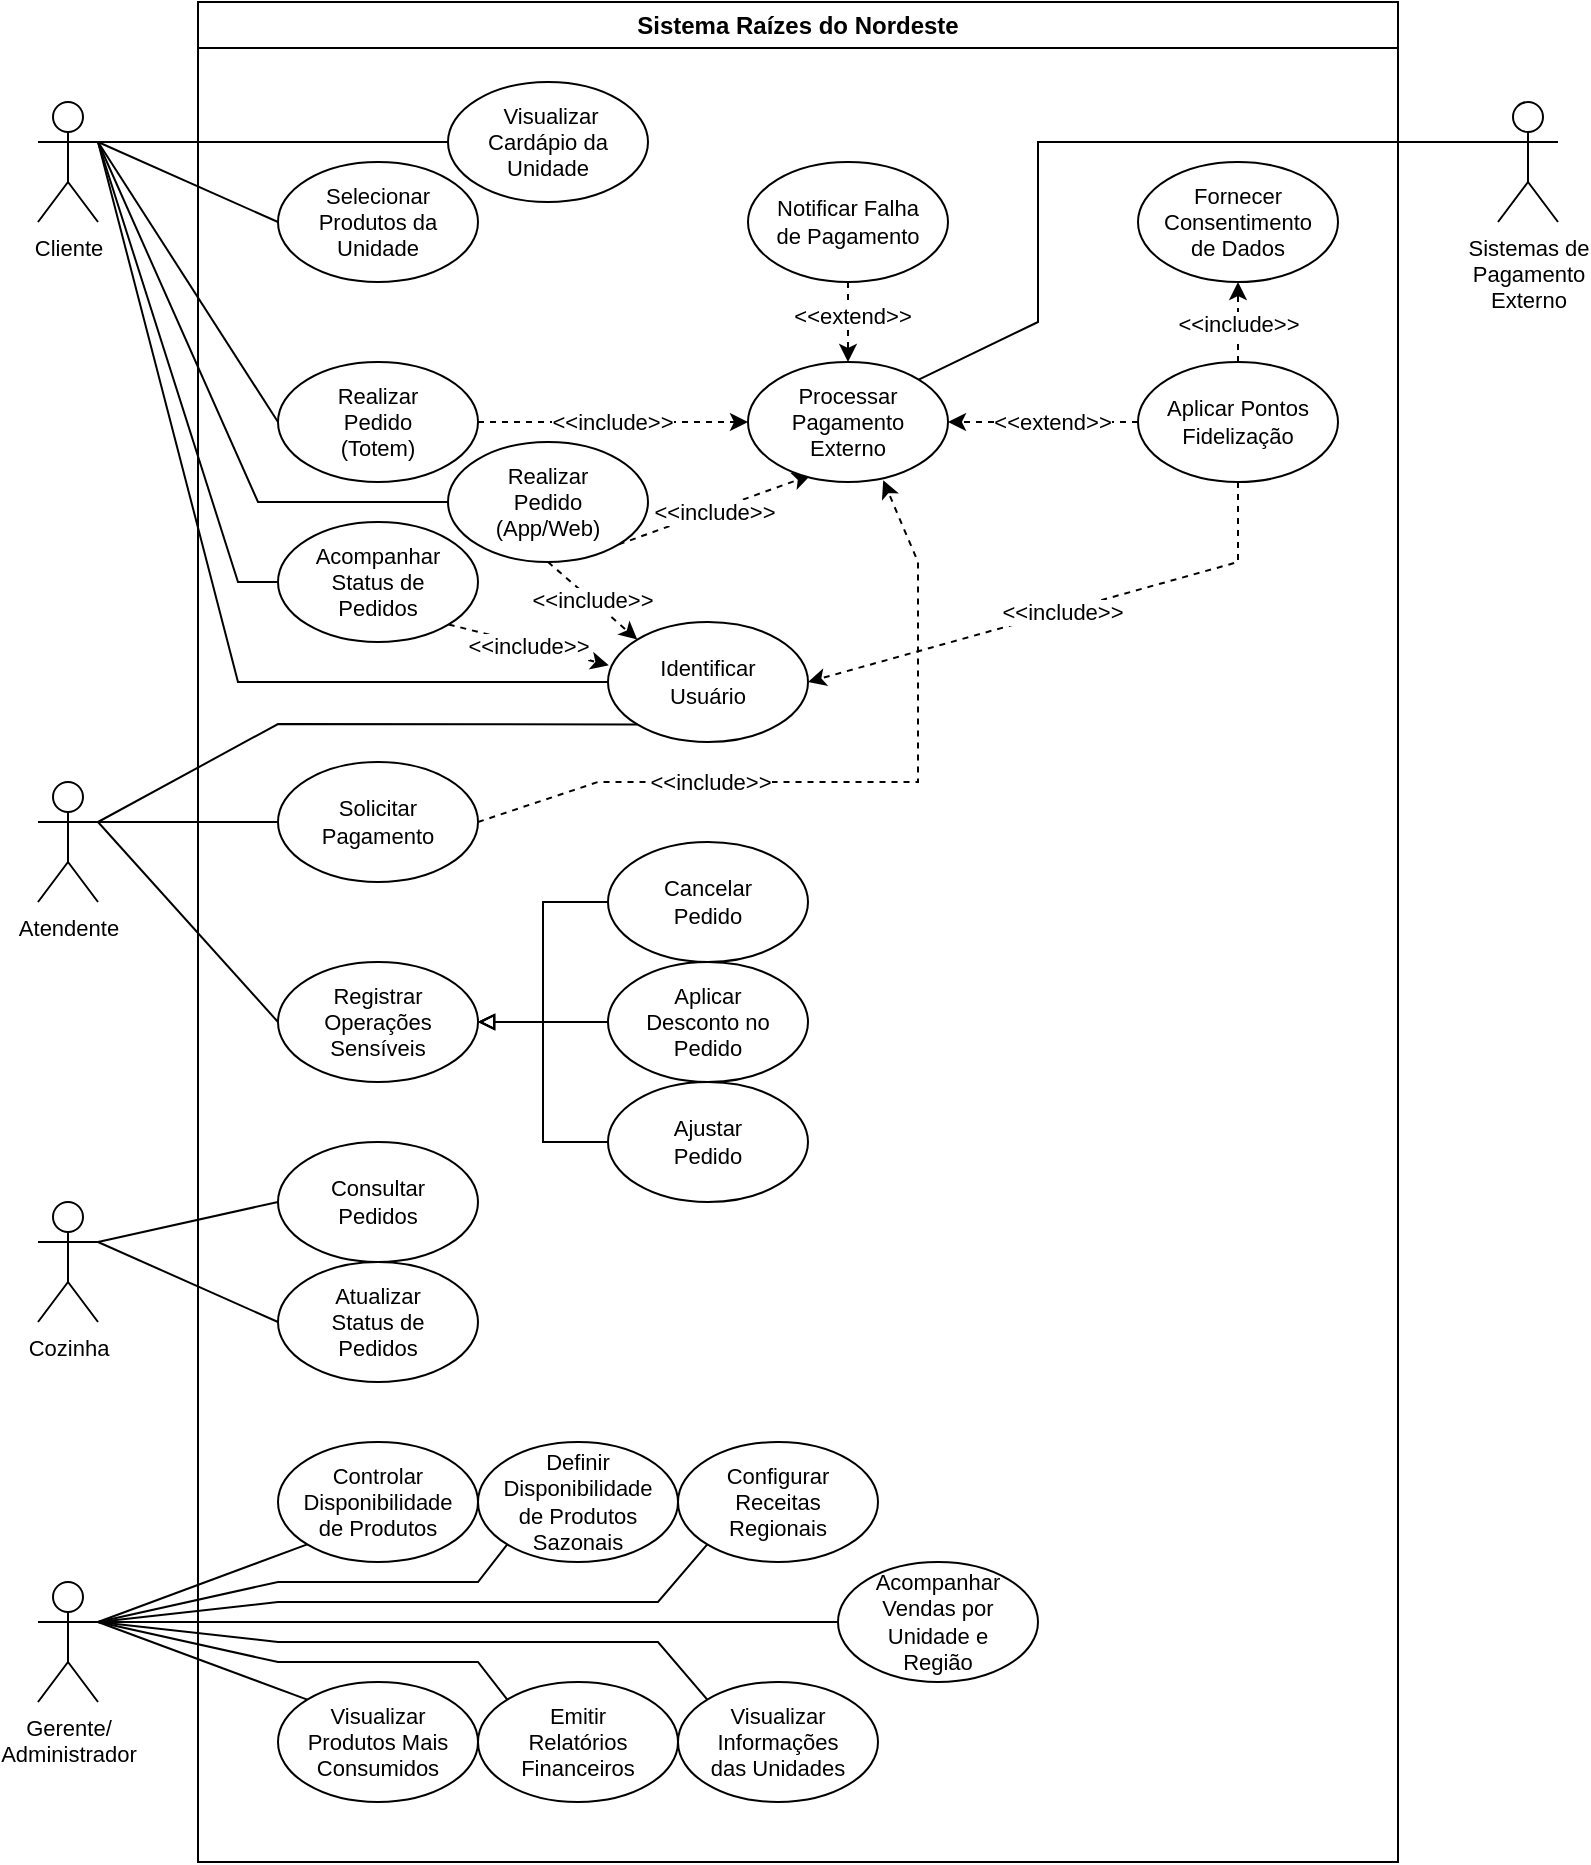
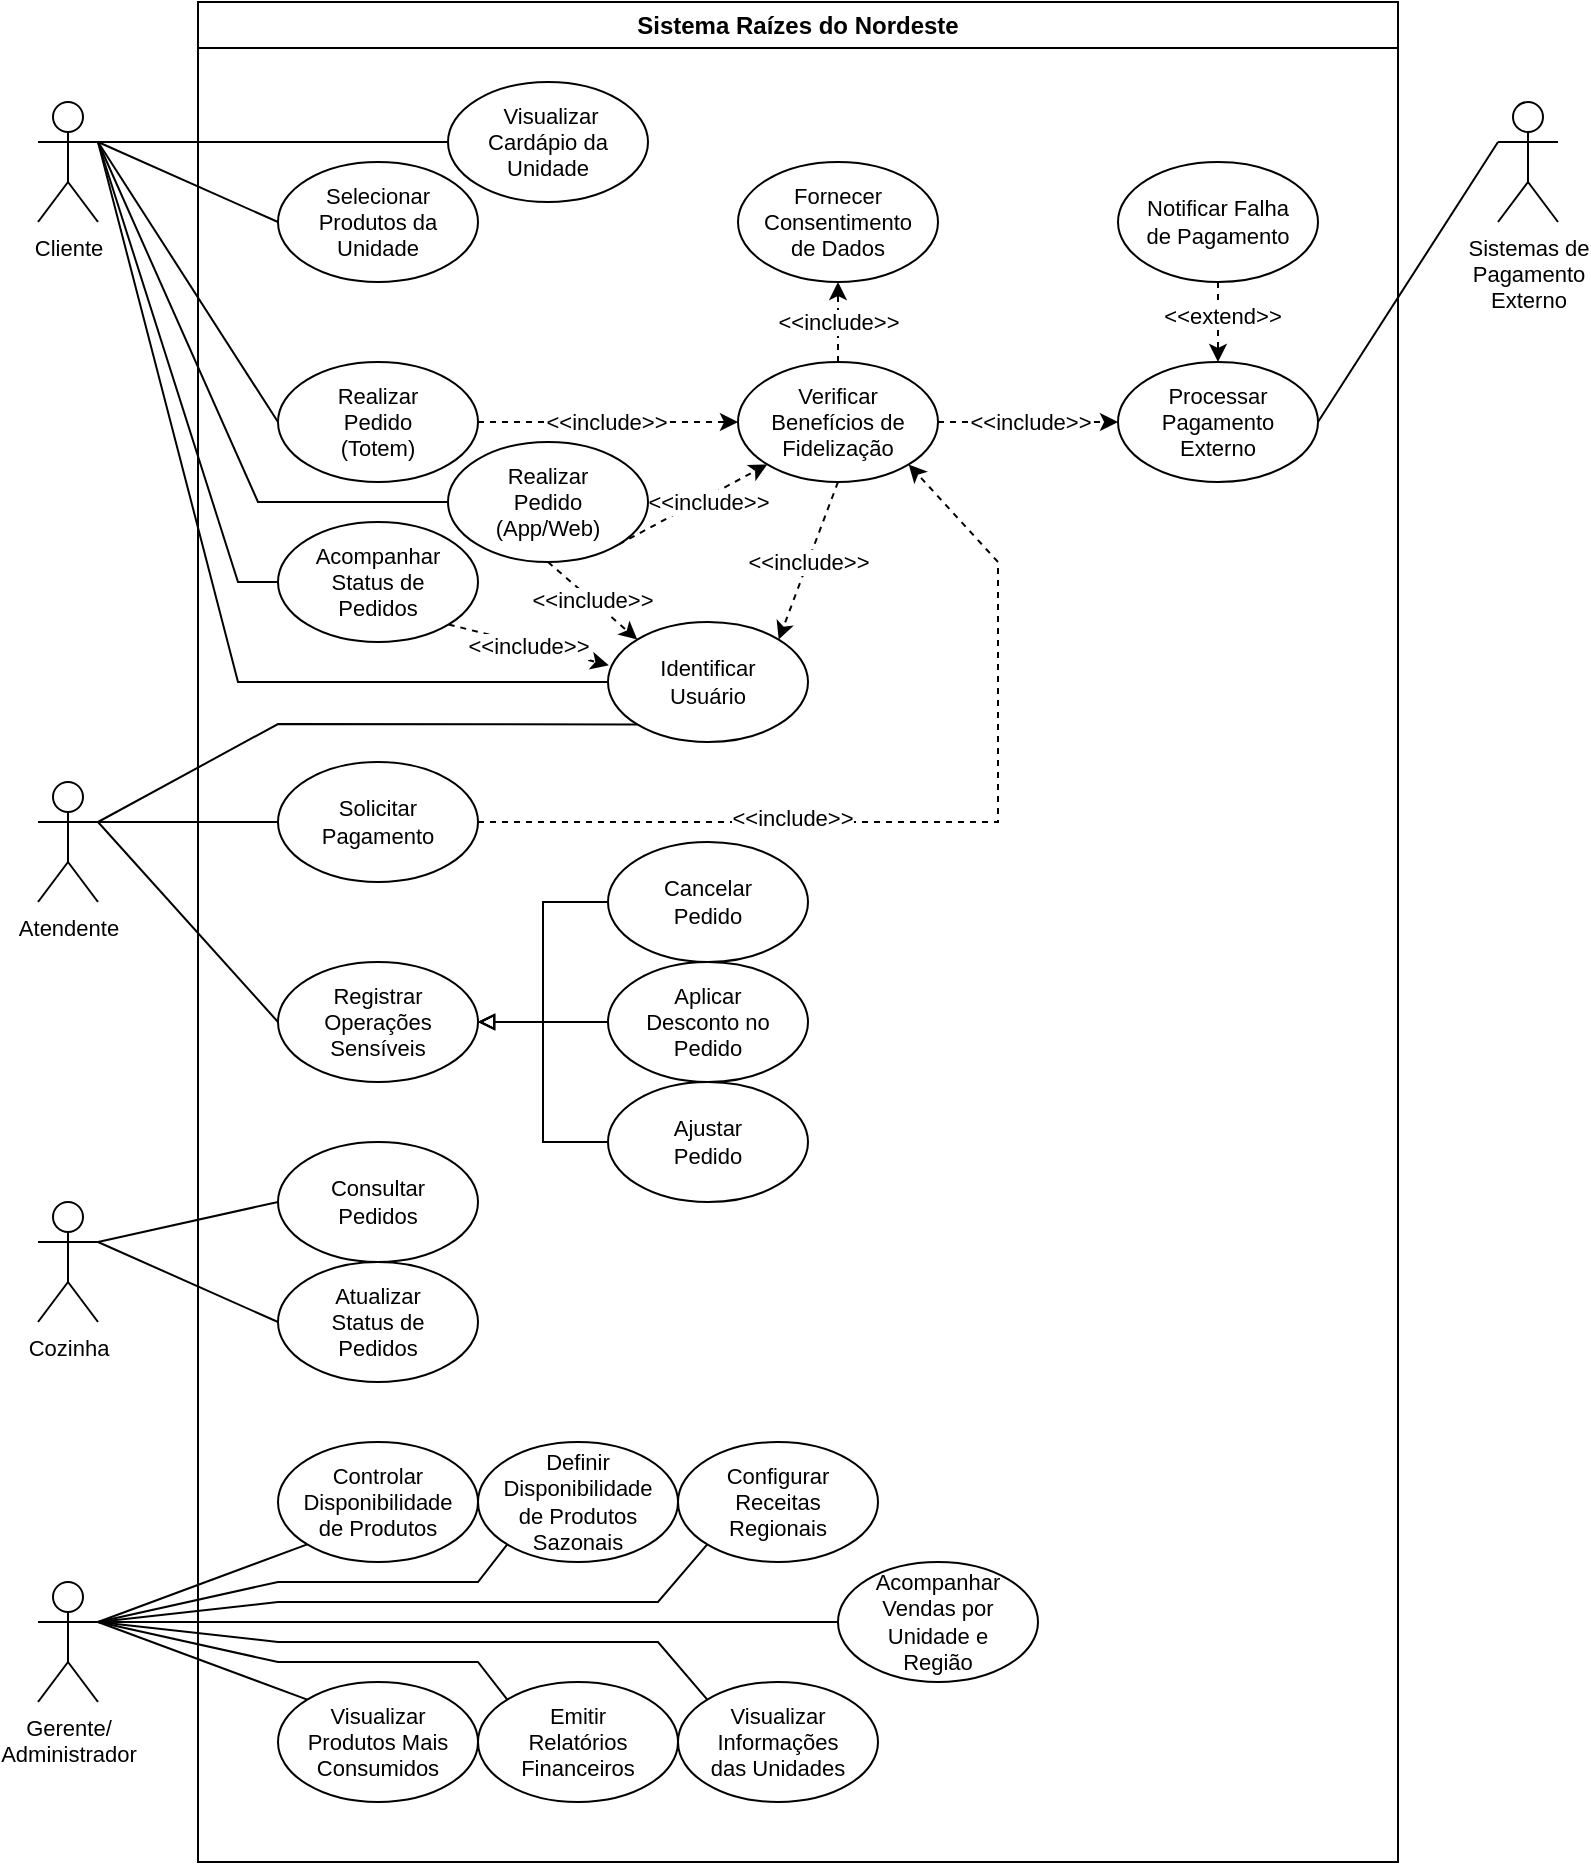
<mxfile host="app.diagrams.net">
  <diagram name="Page-1" id="9mIMvUBU5K-VLfABONYI">
-     <mxGraphModel dx="1414" dy="799" grid="1" gridSize="10" guides="1" tooltips="1" connect="1" arrows="1" fold="1" page="1" pageScale="1" pageWidth="850" pageHeight="1100" math="0" shadow="0">
+     <mxGraphModel dx="1664" dy="940" grid="1" gridSize="10" guides="1" tooltips="1" connect="1" arrows="1" fold="1" page="1" pageScale="1" pageWidth="850" pageHeight="1100" math="0" shadow="0">
      <root>
        <mxCell id="0" />
        <mxCell id="1" parent="0" />
        <mxCell id="1pJyx98tqL6vYm6Z6Acw-2" parent="1" style="swimlane;whiteSpace=wrap;html=1;startSize=23;" value="Sistema Raízes do Nordeste" vertex="1">
          <mxGeometry height="930" width="600" x="120" y="40" as="geometry" />
        </mxCell>
-         <mxCell id="1pJyx98tqL6vYm6Z6Acw-17" edge="1" parent="1pJyx98tqL6vYm6Z6Acw-2" source="1pJyx98tqL6vYm6Z6Acw-6" style="rounded=0;orthogonalLoop=1;jettySize=auto;html=1;exitX=1;exitY=0.5;exitDx=0;exitDy=0;entryX=0;entryY=0.5;entryDx=0;entryDy=0;dashed=1;" target="1pJyx98tqL6vYm6Z6Acw-10">
-           <mxGeometry relative="1" as="geometry" />
+         <mxCell id="1pJyx98tqL6vYm6Z6Acw-17" edge="1" parent="1pJyx98tqL6vYm6Z6Acw-2" source="1pJyx98tqL6vYm6Z6Acw-6" style="rounded=0;orthogonalLoop=1;jettySize=auto;html=1;exitX=1;exitY=0.5;exitDx=0;exitDy=0;dashed=1;entryX=0;entryY=0.5;entryDx=0;entryDy=0;" target="iwHfvbtJvJwcCHY99GDs-1">
+           <mxGeometry relative="1" as="geometry">
+             <mxPoint x="260" y="200" as="targetPoint" />
+           </mxGeometry>
        </mxCell>
        <mxCell id="1pJyx98tqL6vYm6Z6Acw-20" connectable="0" parent="1pJyx98tqL6vYm6Z6Acw-17" style="edgeLabel;html=1;align=center;verticalAlign=middle;resizable=0;points=[];" value="&amp;lt;&amp;lt;include&amp;gt;&amp;gt;" vertex="1">
          <mxGeometry relative="1" x="-0.0166" as="geometry">
            <mxPoint as="offset" />
          </mxGeometry>
        </mxCell>
-         <mxCell id="1pJyx98tqL6vYm6Z6Acw-18" edge="1" parent="1pJyx98tqL6vYm6Z6Acw-2" source="1pJyx98tqL6vYm6Z6Acw-7" style="rounded=0;orthogonalLoop=1;jettySize=auto;html=1;exitX=1;exitY=1;exitDx=0;exitDy=0;entryX=0.314;entryY=0.943;entryDx=0;entryDy=0;dashed=1;entryPerimeter=0;" target="1pJyx98tqL6vYm6Z6Acw-10">
-           <mxGeometry relative="1" as="geometry" />
+         <mxCell id="1pJyx98tqL6vYm6Z6Acw-18" edge="1" parent="1pJyx98tqL6vYm6Z6Acw-2" source="1pJyx98tqL6vYm6Z6Acw-7" style="rounded=0;orthogonalLoop=1;jettySize=auto;html=1;exitX=1;exitY=1;exitDx=0;exitDy=0;dashed=1;entryX=0;entryY=1;entryDx=0;entryDy=0;" target="iwHfvbtJvJwcCHY99GDs-1">
+           <mxGeometry relative="1" as="geometry">
+             <mxPoint x="260" y="240" as="targetPoint" />
+           </mxGeometry>
        </mxCell>
        <mxCell id="1pJyx98tqL6vYm6Z6Acw-21" connectable="0" parent="1pJyx98tqL6vYm6Z6Acw-18" style="edgeLabel;html=1;align=center;verticalAlign=middle;resizable=0;points=[];" value="&lt;div&gt;&amp;lt;&amp;lt;include&amp;gt;&amp;gt;&lt;/div&gt;" vertex="1">
          <mxGeometry relative="1" x="-0.0171" as="geometry">
-             <mxPoint as="offset" />
+             <mxPoint x="8" y="-2" as="offset" />
          </mxGeometry>
        </mxCell>
        <mxCell id="1pJyx98tqL6vYm6Z6Acw-50" edge="1" parent="1pJyx98tqL6vYm6Z6Acw-2" source="1pJyx98tqL6vYm6Z6Acw-7" style="rounded=0;orthogonalLoop=1;jettySize=auto;html=1;exitX=0.5;exitY=1;exitDx=0;exitDy=0;entryX=0;entryY=0;entryDx=0;entryDy=0;dashed=1;" target="1pJyx98tqL6vYm6Z6Acw-48">
          <mxGeometry relative="1" as="geometry" />
        </mxCell>
        <mxCell id="1pJyx98tqL6vYm6Z6Acw-51" connectable="0" parent="1pJyx98tqL6vYm6Z6Acw-50" style="edgeLabel;html=1;align=center;verticalAlign=middle;resizable=0;points=[];" value="&amp;lt;&amp;lt;include&amp;gt;&amp;gt;" vertex="1">
          <mxGeometry relative="1" x="-0.0157" as="geometry">
            <mxPoint as="offset" />
          </mxGeometry>
        </mxCell>
        <mxCell id="1pJyx98tqL6vYm6Z6Acw-33" edge="1" parent="1pJyx98tqL6vYm6Z6Acw-2" source="1pJyx98tqL6vYm6Z6Acw-27" style="rounded=0;orthogonalLoop=1;jettySize=auto;html=1;exitX=0.5;exitY=1;exitDx=0;exitDy=0;dashed=1;" target="1pJyx98tqL6vYm6Z6Acw-10">
          <mxGeometry relative="1" as="geometry" />
        </mxCell>
        <mxCell id="1pJyx98tqL6vYm6Z6Acw-34" connectable="0" parent="1pJyx98tqL6vYm6Z6Acw-33" style="edgeLabel;html=1;align=center;verticalAlign=middle;resizable=0;points=[];" value="&amp;lt;&amp;lt;extend&amp;gt;&amp;gt;" vertex="1">
          <mxGeometry relative="1" x="-0.1492" y="2" as="geometry">
            <mxPoint as="offset" />
          </mxGeometry>
        </mxCell>
-         <mxCell id="1pJyx98tqL6vYm6Z6Acw-36" edge="1" parent="1pJyx98tqL6vYm6Z6Acw-2" source="1pJyx98tqL6vYm6Z6Acw-35" style="rounded=0;orthogonalLoop=1;jettySize=auto;html=1;exitX=0;exitY=0.5;exitDx=0;exitDy=0;entryX=1;entryY=0.5;entryDx=0;entryDy=0;dashed=1;" target="1pJyx98tqL6vYm6Z6Acw-10">
-           <mxGeometry relative="1" as="geometry" />
-         </mxCell>
-         <mxCell id="1pJyx98tqL6vYm6Z6Acw-37" connectable="0" parent="1pJyx98tqL6vYm6Z6Acw-36" style="edgeLabel;html=1;align=center;verticalAlign=middle;resizable=0;points=[];" value="&amp;lt;&amp;lt;extend&amp;gt;&amp;gt;" vertex="1">
-           <mxGeometry relative="1" x="-0.0944" as="geometry">
-             <mxPoint as="offset" />
-           </mxGeometry>
-         </mxCell>
-         <mxCell id="1pJyx98tqL6vYm6Z6Acw-40" edge="1" parent="1pJyx98tqL6vYm6Z6Acw-2" source="1pJyx98tqL6vYm6Z6Acw-35" style="edgeStyle=orthogonalEdgeStyle;rounded=0;orthogonalLoop=1;jettySize=auto;html=1;exitX=0.5;exitY=0;exitDx=0;exitDy=0;entryX=0.5;entryY=1;entryDx=0;entryDy=0;dashed=1;" target="1pJyx98tqL6vYm6Z6Acw-38">
-           <mxGeometry relative="1" as="geometry" />
-         </mxCell>
-         <mxCell id="1pJyx98tqL6vYm6Z6Acw-42" connectable="0" parent="1pJyx98tqL6vYm6Z6Acw-40" style="edgeLabel;html=1;align=center;verticalAlign=middle;resizable=0;points=[];" value="&amp;lt;&amp;lt;include&amp;gt;&amp;gt;" vertex="1">
-           <mxGeometry relative="1" x="-0.04" as="geometry">
-             <mxPoint as="offset" />
-           </mxGeometry>
-         </mxCell>
-         <mxCell id="1pJyx98tqL6vYm6Z6Acw-52" edge="1" parent="1pJyx98tqL6vYm6Z6Acw-2" source="1pJyx98tqL6vYm6Z6Acw-35" style="rounded=0;orthogonalLoop=1;jettySize=auto;html=1;exitX=0.5;exitY=1;exitDx=0;exitDy=0;entryX=1;entryY=0.5;entryDx=0;entryDy=0;dashed=1;" target="1pJyx98tqL6vYm6Z6Acw-48">
-           <mxGeometry relative="1" as="geometry">
-             <Array as="points">
-               <mxPoint x="520" y="280" />
-             </Array>
-           </mxGeometry>
-         </mxCell>
-         <mxCell id="1pJyx98tqL6vYm6Z6Acw-53" connectable="0" parent="1pJyx98tqL6vYm6Z6Acw-52" style="edgeLabel;html=1;align=center;verticalAlign=middle;resizable=0;points=[];" value="&amp;lt;&amp;lt;include&amp;gt;&amp;gt;" vertex="1">
-           <mxGeometry relative="1" x="0.0044" as="geometry">
-             <mxPoint as="offset" />
-           </mxGeometry>
-         </mxCell>
        <mxCell id="1pJyx98tqL6vYm6Z6Acw-54" edge="1" parent="1pJyx98tqL6vYm6Z6Acw-2" source="1pJyx98tqL6vYm6Z6Acw-43" style="rounded=0;orthogonalLoop=1;jettySize=auto;html=1;exitX=1;exitY=1;exitDx=0;exitDy=0;entryX=0.004;entryY=0.36;entryDx=0;entryDy=0;entryPerimeter=0;dashed=1;" target="1pJyx98tqL6vYm6Z6Acw-48">
          <mxGeometry relative="1" as="geometry" />
        </mxCell>
        <mxCell id="1pJyx98tqL6vYm6Z6Acw-55" connectable="0" parent="1pJyx98tqL6vYm6Z6Acw-54" style="edgeLabel;html=1;align=center;verticalAlign=middle;resizable=0;points=[];" value="&amp;lt;&amp;lt;include&amp;gt;&amp;gt;" vertex="1">
          <mxGeometry relative="1" x="-0.0218" y="-1" as="geometry">
            <mxPoint as="offset" />
          </mxGeometry>
        </mxCell>
        <mxCell id="1pJyx98tqL6vYm6Z6Acw-3" parent="1pJyx98tqL6vYm6Z6Acw-2" style="shape=umlActor;verticalLabelPosition=bottom;verticalAlign=top;html=1;outlineConnect=0;fontSize=11;" value="Cliente" vertex="1">
          <mxGeometry height="60" width="30" x="-80" y="50" as="geometry" />
        </mxCell>
        <mxCell id="1pJyx98tqL6vYm6Z6Acw-22" edge="1" parent="1pJyx98tqL6vYm6Z6Acw-2" source="1pJyx98tqL6vYm6Z6Acw-3" style="rounded=0;orthogonalLoop=1;jettySize=auto;html=1;exitX=1;exitY=0.3333333333333333;exitDx=0;exitDy=0;exitPerimeter=0;entryX=0;entryY=0.5;entryDx=0;entryDy=0;endArrow=none;endFill=0;" target="1pJyx98tqL6vYm6Z6Acw-4">
          <mxGeometry relative="1" as="geometry" />
        </mxCell>
        <mxCell id="1pJyx98tqL6vYm6Z6Acw-5" parent="1pJyx98tqL6vYm6Z6Acw-2" style="ellipse;whiteSpace=wrap;html=1;fontSize=11;" value="&lt;div&gt;Selecionar&lt;/div&gt;&lt;div&gt;Produtos da&lt;/div&gt;&lt;div&gt;Unidade&lt;/div&gt;" vertex="1">
          <mxGeometry height="60" width="100" x="40" y="80" as="geometry" />
        </mxCell>
        <mxCell id="1pJyx98tqL6vYm6Z6Acw-23" edge="1" parent="1pJyx98tqL6vYm6Z6Acw-2" source="1pJyx98tqL6vYm6Z6Acw-3" style="rounded=0;orthogonalLoop=1;jettySize=auto;html=1;exitX=1;exitY=0.3333333333333333;exitDx=0;exitDy=0;exitPerimeter=0;entryX=0;entryY=0.5;entryDx=0;entryDy=0;endArrow=none;endFill=0;" target="1pJyx98tqL6vYm6Z6Acw-5">
          <mxGeometry relative="1" as="geometry" />
        </mxCell>
        <mxCell id="1pJyx98tqL6vYm6Z6Acw-4" parent="1pJyx98tqL6vYm6Z6Acw-2" style="ellipse;whiteSpace=wrap;html=1;fontSize=11;" value="&lt;div&gt;&amp;nbsp;Visualizar&lt;/div&gt;&lt;div&gt;Cardápio da&lt;/div&gt;&lt;div&gt;Unidade&lt;/div&gt;" vertex="1">
          <mxGeometry height="60" width="100" x="125" y="40" as="geometry" />
        </mxCell>
        <mxCell id="1pJyx98tqL6vYm6Z6Acw-24" edge="1" parent="1pJyx98tqL6vYm6Z6Acw-2" source="1pJyx98tqL6vYm6Z6Acw-3" style="rounded=0;orthogonalLoop=1;jettySize=auto;html=1;exitX=1;exitY=0.3333333333333333;exitDx=0;exitDy=0;exitPerimeter=0;entryX=0;entryY=0.5;entryDx=0;entryDy=0;endArrow=none;endFill=0;" target="1pJyx98tqL6vYm6Z6Acw-6">
          <mxGeometry relative="1" as="geometry" />
        </mxCell>
        <mxCell id="1pJyx98tqL6vYm6Z6Acw-6" parent="1pJyx98tqL6vYm6Z6Acw-2" style="ellipse;whiteSpace=wrap;html=1;fontSize=11;" value="&lt;div&gt;Realizar&lt;/div&gt;&lt;div&gt;Pedido&lt;/div&gt;&lt;div&gt;(Totem)&lt;/div&gt;" vertex="1">
          <mxGeometry height="60" width="100" x="40" y="180" as="geometry" />
        </mxCell>
        <mxCell id="1pJyx98tqL6vYm6Z6Acw-25" edge="1" parent="1pJyx98tqL6vYm6Z6Acw-2" source="1pJyx98tqL6vYm6Z6Acw-3" style="rounded=0;orthogonalLoop=1;jettySize=auto;html=1;exitX=1;exitY=0.3333333333333333;exitDx=0;exitDy=0;exitPerimeter=0;entryX=0;entryY=0.5;entryDx=0;entryDy=0;endArrow=none;endFill=0;" target="1pJyx98tqL6vYm6Z6Acw-7">
          <mxGeometry relative="1" as="geometry">
            <Array as="points">
              <mxPoint x="30" y="250" />
            </Array>
          </mxGeometry>
        </mxCell>
        <mxCell id="1pJyx98tqL6vYm6Z6Acw-43" parent="1pJyx98tqL6vYm6Z6Acw-2" style="ellipse;whiteSpace=wrap;html=1;fontSize=11;" value="&lt;div&gt;Acompanhar&lt;/div&gt;&lt;div&gt;Status de&lt;/div&gt;&lt;div&gt;Pedidos&lt;/div&gt;" vertex="1">
          <mxGeometry height="60" width="100" x="40" y="260" as="geometry" />
        </mxCell>
        <mxCell id="1pJyx98tqL6vYm6Z6Acw-47" edge="1" parent="1pJyx98tqL6vYm6Z6Acw-2" source="1pJyx98tqL6vYm6Z6Acw-3" style="rounded=0;orthogonalLoop=1;jettySize=auto;html=1;exitX=1;exitY=0.3333333333333333;exitDx=0;exitDy=0;exitPerimeter=0;entryX=0;entryY=0.5;entryDx=0;entryDy=0;endArrow=none;endFill=0;" target="1pJyx98tqL6vYm6Z6Acw-43">
          <mxGeometry relative="1" as="geometry">
            <Array as="points">
              <mxPoint x="20" y="290" />
            </Array>
          </mxGeometry>
        </mxCell>
        <mxCell id="1pJyx98tqL6vYm6Z6Acw-7" parent="1pJyx98tqL6vYm6Z6Acw-2" style="ellipse;whiteSpace=wrap;html=1;fontSize=11;" value="&lt;div&gt;Realizar&lt;/div&gt;&lt;div&gt;Pedido&lt;/div&gt;&lt;div&gt;(App/Web)&lt;/div&gt;" vertex="1">
          <mxGeometry height="60" width="100" x="125" y="220" as="geometry" />
        </mxCell>
        <mxCell id="1pJyx98tqL6vYm6Z6Acw-49" edge="1" parent="1pJyx98tqL6vYm6Z6Acw-2" source="1pJyx98tqL6vYm6Z6Acw-3" style="rounded=0;orthogonalLoop=1;jettySize=auto;html=1;exitX=1;exitY=0.3333333333333333;exitDx=0;exitDy=0;exitPerimeter=0;entryX=0;entryY=0.5;entryDx=0;entryDy=0;endArrow=none;endFill=0;" target="1pJyx98tqL6vYm6Z6Acw-48">
          <mxGeometry relative="1" as="geometry">
            <Array as="points">
              <mxPoint x="20" y="340" />
            </Array>
          </mxGeometry>
        </mxCell>
        <mxCell id="1pJyx98tqL6vYm6Z6Acw-48" parent="1pJyx98tqL6vYm6Z6Acw-2" style="ellipse;whiteSpace=wrap;html=1;fontSize=11;" value="&lt;div&gt;Identificar&lt;/div&gt;&lt;div&gt;Usuário&lt;/div&gt;" vertex="1">
          <mxGeometry height="60" width="100" x="205" y="310" as="geometry" />
        </mxCell>
        <mxCell id="1pJyx98tqL6vYm6Z6Acw-10" parent="1pJyx98tqL6vYm6Z6Acw-2" style="ellipse;whiteSpace=wrap;html=1;fontSize=11;" value="&lt;div&gt;Processar&lt;/div&gt;&lt;div&gt;Pagamento&lt;/div&gt;&lt;div&gt;Externo&lt;/div&gt;" vertex="1">
-           <mxGeometry height="60" width="100" x="275" y="180" as="geometry" />
+           <mxGeometry height="60" width="100" x="460" y="180" as="geometry" />
        </mxCell>
        <mxCell id="1pJyx98tqL6vYm6Z6Acw-27" parent="1pJyx98tqL6vYm6Z6Acw-2" style="ellipse;whiteSpace=wrap;html=1;fontSize=11;" value="&lt;div&gt;Notificar Falha&lt;/div&gt;&lt;div&gt;de Pagamento&lt;/div&gt;" vertex="1">
-           <mxGeometry height="60" width="100" x="275" y="80" as="geometry" />
-         </mxCell>
-         <mxCell id="1pJyx98tqL6vYm6Z6Acw-35" parent="1pJyx98tqL6vYm6Z6Acw-2" style="ellipse;whiteSpace=wrap;html=1;fontSize=11;" value="&lt;div&gt;Aplicar Pontos&lt;/div&gt;&lt;div&gt;Fidelização&lt;/div&gt;" vertex="1">
-           <mxGeometry height="60" width="100" x="470" y="180" as="geometry" />
-         </mxCell>
-         <mxCell id="1pJyx98tqL6vYm6Z6Acw-38" parent="1pJyx98tqL6vYm6Z6Acw-2" style="ellipse;whiteSpace=wrap;html=1;fontSize=11;" value="&lt;div&gt;Fornecer&lt;/div&gt;&lt;div&gt;Consentimento&lt;/div&gt;&lt;div&gt;de Dados&lt;/div&gt;" vertex="1">
-           <mxGeometry height="60" width="100" x="470" y="80" as="geometry" />
+           <mxGeometry height="60" width="100" x="460" y="80" as="geometry" />
+         </mxCell>
+         <mxCell id="iwHfvbtJvJwcCHY99GDs-13" edge="1" parent="1pJyx98tqL6vYm6Z6Acw-2" source="1pJyx98tqL6vYm6Z6Acw-56" style="rounded=0;orthogonalLoop=1;jettySize=auto;html=1;exitX=0;exitY=0.3333333333333333;exitDx=0;exitDy=0;exitPerimeter=0;entryX=1;entryY=0.5;entryDx=0;entryDy=0;endArrow=none;endFill=0;" target="1pJyx98tqL6vYm6Z6Acw-10">
+           <mxGeometry relative="1" as="geometry" />
        </mxCell>
        <mxCell id="1pJyx98tqL6vYm6Z6Acw-56" parent="1pJyx98tqL6vYm6Z6Acw-2" style="shape=umlActor;verticalLabelPosition=bottom;verticalAlign=top;html=1;outlineConnect=0;fontSize=11;" value="&lt;div&gt;Sistemas de&lt;/div&gt;&lt;div&gt;Pagamento&lt;/div&gt;&lt;div&gt;Externo&lt;/div&gt;" vertex="1">
          <mxGeometry height="60" width="30" x="650" y="50" as="geometry" />
        </mxCell>
-         <mxCell id="1pJyx98tqL6vYm6Z6Acw-57" edge="1" parent="1pJyx98tqL6vYm6Z6Acw-2" source="1pJyx98tqL6vYm6Z6Acw-56" style="rounded=0;orthogonalLoop=1;jettySize=auto;html=1;exitX=0;exitY=0.3333333333333333;exitDx=0;exitDy=0;exitPerimeter=0;entryX=1;entryY=0;entryDx=0;entryDy=0;endArrow=none;endFill=0;" target="1pJyx98tqL6vYm6Z6Acw-10">
-           <mxGeometry relative="1" as="geometry">
-             <Array as="points">
-               <mxPoint x="420" y="70" />
-               <mxPoint x="420" y="160" />
-             </Array>
-           </mxGeometry>
-         </mxCell>
        <mxCell id="1pJyx98tqL6vYm6Z6Acw-65" parent="1pJyx98tqL6vYm6Z6Acw-2" style="ellipse;whiteSpace=wrap;html=1;fontSize=11;" value="&lt;div&gt;Registrar&lt;/div&gt;&lt;div&gt;Operações&lt;/div&gt;&lt;div&gt;Sensíveis&lt;/div&gt;" vertex="1">
          <mxGeometry height="60" width="100" x="40" y="480" as="geometry" />
        </mxCell>
-         <mxCell id="1pJyx98tqL6vYm6Z6Acw-76" edge="1" parent="1pJyx98tqL6vYm6Z6Acw-2" source="1pJyx98tqL6vYm6Z6Acw-66" style="rounded=0;orthogonalLoop=1;jettySize=auto;html=1;exitX=1;exitY=0.5;exitDx=0;exitDy=0;entryX=0.676;entryY=0.985;entryDx=0;entryDy=0;dashed=1;entryPerimeter=0;" target="1pJyx98tqL6vYm6Z6Acw-10">
-           <mxGeometry relative="1" as="geometry">
-             <Array as="points">
-               <mxPoint x="200" y="390" />
-               <mxPoint x="360" y="390" />
-               <mxPoint x="360" y="280" />
-             </Array>
-           </mxGeometry>
-         </mxCell>
-         <mxCell id="1pJyx98tqL6vYm6Z6Acw-77" connectable="0" parent="1pJyx98tqL6vYm6Z6Acw-76" style="edgeLabel;html=1;align=center;verticalAlign=middle;resizable=0;points=[];" value="&amp;lt;&amp;lt;include&amp;gt;&amp;gt;" vertex="1">
-           <mxGeometry relative="1" x="-0.4615" as="geometry">
-             <mxPoint x="17" as="offset" />
+         <mxCell id="iwHfvbtJvJwcCHY99GDs-14" edge="1" parent="1pJyx98tqL6vYm6Z6Acw-2" source="1pJyx98tqL6vYm6Z6Acw-66" style="rounded=0;orthogonalLoop=1;jettySize=auto;html=1;exitX=1;exitY=0.5;exitDx=0;exitDy=0;entryX=1;entryY=1;entryDx=0;entryDy=0;dashed=1;" target="iwHfvbtJvJwcCHY99GDs-1">
+           <mxGeometry relative="1" as="geometry">
+             <Array as="points">
+               <mxPoint x="400" y="410" />
+               <mxPoint x="400" y="280" />
+             </Array>
+           </mxGeometry>
+         </mxCell>
+         <mxCell id="iwHfvbtJvJwcCHY99GDs-15" connectable="0" parent="iwHfvbtJvJwcCHY99GDs-14" style="edgeLabel;html=1;align=center;verticalAlign=middle;resizable=0;points=[];" value="&amp;lt;&amp;lt;include&amp;gt;&amp;gt;" vertex="1">
+           <mxGeometry relative="1" x="-0.3136" y="2" as="geometry">
+             <mxPoint as="offset" />
          </mxGeometry>
        </mxCell>
        <mxCell id="1pJyx98tqL6vYm6Z6Acw-66" parent="1pJyx98tqL6vYm6Z6Acw-2" style="ellipse;whiteSpace=wrap;html=1;fontSize=11;" value="&lt;div&gt;Solicitar&lt;/div&gt;&lt;div&gt;Pagamento&lt;/div&gt;" vertex="1">
          <mxGeometry height="60" width="100" x="40" y="380" as="geometry" />
        </mxCell>
        <mxCell id="1pJyx98tqL6vYm6Z6Acw-74" edge="1" parent="1pJyx98tqL6vYm6Z6Acw-2" source="1pJyx98tqL6vYm6Z6Acw-70" style="edgeStyle=orthogonalEdgeStyle;rounded=0;orthogonalLoop=1;jettySize=auto;html=1;exitX=0;exitY=0.5;exitDx=0;exitDy=0;endArrow=block;endFill=0;entryX=1;entryY=0.5;entryDx=0;entryDy=0;" target="1pJyx98tqL6vYm6Z6Acw-65">
          <mxGeometry relative="1" as="geometry">
            <mxPoint x="140" y="470" as="targetPoint" />
          </mxGeometry>
        </mxCell>
        <mxCell id="1pJyx98tqL6vYm6Z6Acw-70" parent="1pJyx98tqL6vYm6Z6Acw-2" style="ellipse;whiteSpace=wrap;html=1;fontSize=11;" value="&lt;div&gt;Aplicar&lt;/div&gt;&lt;div&gt;Desconto no&lt;/div&gt;&lt;div&gt;Pedido&lt;/div&gt;" vertex="1">
          <mxGeometry height="60" width="100" x="205" y="480" as="geometry" />
        </mxCell>
        <mxCell id="1pJyx98tqL6vYm6Z6Acw-73" edge="1" parent="1pJyx98tqL6vYm6Z6Acw-2" source="1pJyx98tqL6vYm6Z6Acw-71" style="edgeStyle=orthogonalEdgeStyle;rounded=0;orthogonalLoop=1;jettySize=auto;html=1;exitX=0;exitY=0.5;exitDx=0;exitDy=0;entryX=1;entryY=0.5;entryDx=0;entryDy=0;endArrow=block;endFill=0;" target="1pJyx98tqL6vYm6Z6Acw-65">
          <mxGeometry relative="1" as="geometry" />
        </mxCell>
        <mxCell id="1pJyx98tqL6vYm6Z6Acw-71" parent="1pJyx98tqL6vYm6Z6Acw-2" style="ellipse;whiteSpace=wrap;html=1;fontSize=11;" value="&lt;div&gt;Cancelar&lt;/div&gt;&lt;div&gt;Pedido&lt;/div&gt;" vertex="1">
          <mxGeometry height="60" width="100" x="205" y="420" as="geometry" />
        </mxCell>
        <mxCell id="1pJyx98tqL6vYm6Z6Acw-75" edge="1" parent="1pJyx98tqL6vYm6Z6Acw-2" source="1pJyx98tqL6vYm6Z6Acw-72" style="edgeStyle=orthogonalEdgeStyle;rounded=0;orthogonalLoop=1;jettySize=auto;html=1;exitX=0;exitY=0.5;exitDx=0;exitDy=0;entryX=1;entryY=0.5;entryDx=0;entryDy=0;endArrow=block;endFill=0;" target="1pJyx98tqL6vYm6Z6Acw-65">
          <mxGeometry relative="1" as="geometry" />
        </mxCell>
        <mxCell id="1pJyx98tqL6vYm6Z6Acw-72" parent="1pJyx98tqL6vYm6Z6Acw-2" style="ellipse;whiteSpace=wrap;html=1;fontSize=11;" value="&lt;div&gt;Ajustar&lt;/div&gt;&lt;div&gt;Pedido&lt;/div&gt;" vertex="1">
          <mxGeometry height="60" width="100" x="205" y="540" as="geometry" />
        </mxCell>
        <mxCell id="1pJyx98tqL6vYm6Z6Acw-58" parent="1pJyx98tqL6vYm6Z6Acw-2" style="shape=umlActor;verticalLabelPosition=bottom;verticalAlign=top;html=1;outlineConnect=0;fontSize=11;" value="Cozinha" vertex="1">
          <mxGeometry height="60" width="30" x="-80" y="600" as="geometry" />
        </mxCell>
        <mxCell id="1pJyx98tqL6vYm6Z6Acw-61" edge="1" parent="1pJyx98tqL6vYm6Z6Acw-2" source="1pJyx98tqL6vYm6Z6Acw-58" style="rounded=0;orthogonalLoop=1;jettySize=auto;html=1;exitX=1;exitY=0.3333333333333333;exitDx=0;exitDy=0;exitPerimeter=0;entryX=0;entryY=0.5;entryDx=0;entryDy=0;endArrow=none;endFill=0;" target="1pJyx98tqL6vYm6Z6Acw-60">
          <mxGeometry relative="1" as="geometry" />
        </mxCell>
        <mxCell id="1pJyx98tqL6vYm6Z6Acw-60" parent="1pJyx98tqL6vYm6Z6Acw-2" style="ellipse;whiteSpace=wrap;html=1;fontSize=11;" value="&lt;div&gt;Consultar&lt;/div&gt;&lt;div&gt;Pedidos&lt;/div&gt;" vertex="1">
          <mxGeometry height="60" width="100" x="40" y="570" as="geometry" />
        </mxCell>
        <mxCell id="1pJyx98tqL6vYm6Z6Acw-62" edge="1" parent="1pJyx98tqL6vYm6Z6Acw-2" source="1pJyx98tqL6vYm6Z6Acw-58" style="rounded=0;orthogonalLoop=1;jettySize=auto;html=1;exitX=1;exitY=0.3333333333333333;exitDx=0;exitDy=0;exitPerimeter=0;entryX=0;entryY=0.5;entryDx=0;entryDy=0;endArrow=none;endFill=0;" target="1pJyx98tqL6vYm6Z6Acw-59">
          <mxGeometry relative="1" as="geometry" />
        </mxCell>
        <mxCell id="1pJyx98tqL6vYm6Z6Acw-59" parent="1pJyx98tqL6vYm6Z6Acw-2" style="ellipse;whiteSpace=wrap;html=1;fontSize=11;" value="&lt;div&gt;Atualizar&lt;/div&gt;&lt;div&gt;Status de&lt;/div&gt;&lt;div&gt;Pedidos&lt;/div&gt;" vertex="1">
          <mxGeometry height="60" width="100" x="40" y="630" as="geometry" />
        </mxCell>
        <mxCell id="1pJyx98tqL6vYm6Z6Acw-79" parent="1pJyx98tqL6vYm6Z6Acw-2" style="ellipse;whiteSpace=wrap;html=1;fontSize=11;" value="&lt;div&gt;Controlar&lt;/div&gt;&lt;div&gt;Disponibilidade&lt;/div&gt;&lt;div&gt;de Produtos&lt;/div&gt;" vertex="1">
          <mxGeometry height="60" width="100" x="40" y="720" as="geometry" />
        </mxCell>
        <mxCell id="1pJyx98tqL6vYm6Z6Acw-80" parent="1pJyx98tqL6vYm6Z6Acw-2" style="ellipse;whiteSpace=wrap;html=1;fontSize=11;" value="&lt;div&gt;Definir&lt;/div&gt;&lt;div&gt;Disponibilidade&lt;/div&gt;&lt;div&gt;de Produtos&lt;/div&gt;&lt;div&gt;Sazonais&lt;/div&gt;" vertex="1">
          <mxGeometry height="60" width="100" x="140" y="720" as="geometry" />
        </mxCell>
        <mxCell id="1pJyx98tqL6vYm6Z6Acw-82" parent="1pJyx98tqL6vYm6Z6Acw-2" style="ellipse;whiteSpace=wrap;html=1;fontSize=11;" value="&lt;div&gt;Configurar&lt;/div&gt;&lt;div&gt;Receitas&lt;/div&gt;&lt;div&gt;Regionais&lt;/div&gt;" vertex="1">
          <mxGeometry height="60" width="100" x="240" y="720" as="geometry" />
        </mxCell>
        <mxCell id="1pJyx98tqL6vYm6Z6Acw-83" parent="1pJyx98tqL6vYm6Z6Acw-2" style="ellipse;whiteSpace=wrap;html=1;fontSize=11;" value="&lt;div&gt;Acompanhar&lt;/div&gt;&lt;div&gt;Vendas por&lt;/div&gt;&lt;div&gt;Unidade e&lt;/div&gt;&lt;div&gt;Região&lt;/div&gt;" vertex="1">
          <mxGeometry height="60" width="100" x="320" y="780" as="geometry" />
        </mxCell>
        <mxCell id="1pJyx98tqL6vYm6Z6Acw-84" parent="1pJyx98tqL6vYm6Z6Acw-2" style="ellipse;whiteSpace=wrap;html=1;fontSize=11;" value="&lt;div&gt;Visualizar&lt;/div&gt;&lt;div&gt;Informações&lt;/div&gt;&lt;div&gt;das Unidades&lt;/div&gt;" vertex="1">
          <mxGeometry height="60" width="100" x="240" y="840" as="geometry" />
        </mxCell>
        <mxCell id="1pJyx98tqL6vYm6Z6Acw-85" parent="1pJyx98tqL6vYm6Z6Acw-2" style="ellipse;whiteSpace=wrap;html=1;fontSize=11;" value="&lt;div&gt;Visualizar&lt;/div&gt;&lt;div&gt;Produtos Mais&lt;/div&gt;&lt;div&gt;Consumidos&lt;/div&gt;" vertex="1">
          <mxGeometry height="60" width="100" x="40" y="840" as="geometry" />
        </mxCell>
        <mxCell id="1pJyx98tqL6vYm6Z6Acw-86" parent="1pJyx98tqL6vYm6Z6Acw-2" style="ellipse;whiteSpace=wrap;html=1;fontSize=11;" value="&lt;div&gt;Emitir&lt;/div&gt;&lt;div&gt;Relatórios&lt;/div&gt;&lt;div&gt;Financeiros&lt;/div&gt;" vertex="1">
          <mxGeometry height="60" width="100" x="140" y="840" as="geometry" />
+         </mxCell>
+         <mxCell id="iwHfvbtJvJwcCHY99GDs-2" edge="1" parent="1pJyx98tqL6vYm6Z6Acw-2" source="iwHfvbtJvJwcCHY99GDs-1" style="rounded=0;orthogonalLoop=1;jettySize=auto;html=1;exitX=0.5;exitY=1;exitDx=0;exitDy=0;entryX=1;entryY=0;entryDx=0;entryDy=0;dashed=1;" target="1pJyx98tqL6vYm6Z6Acw-48">
+           <mxGeometry relative="1" as="geometry" />
+         </mxCell>
+         <mxCell id="iwHfvbtJvJwcCHY99GDs-3" connectable="0" parent="iwHfvbtJvJwcCHY99GDs-2" style="edgeLabel;html=1;align=center;verticalAlign=middle;resizable=0;points=[];" value="&amp;lt;&amp;lt;include&amp;gt;&amp;gt;" vertex="1">
+           <mxGeometry relative="1" x="-0.0045" as="geometry">
+             <mxPoint as="offset" />
+           </mxGeometry>
+         </mxCell>
+         <mxCell id="iwHfvbtJvJwcCHY99GDs-4" edge="1" parent="1pJyx98tqL6vYm6Z6Acw-2" source="iwHfvbtJvJwcCHY99GDs-1" style="edgeStyle=orthogonalEdgeStyle;rounded=0;orthogonalLoop=1;jettySize=auto;html=1;exitX=1;exitY=0.5;exitDx=0;exitDy=0;entryX=0;entryY=0.5;entryDx=0;entryDy=0;dashed=1;" target="1pJyx98tqL6vYm6Z6Acw-10">
+           <mxGeometry relative="1" as="geometry" />
+         </mxCell>
+         <mxCell id="iwHfvbtJvJwcCHY99GDs-6" connectable="0" parent="iwHfvbtJvJwcCHY99GDs-4" style="edgeLabel;html=1;align=center;verticalAlign=middle;resizable=0;points=[];" value="&amp;lt;&amp;lt;include&amp;gt;&amp;gt;" vertex="1">
+           <mxGeometry relative="1" x="0.0057" as="geometry">
+             <mxPoint as="offset" />
+           </mxGeometry>
+         </mxCell>
+         <mxCell id="iwHfvbtJvJwcCHY99GDs-10" edge="1" parent="1pJyx98tqL6vYm6Z6Acw-2" source="iwHfvbtJvJwcCHY99GDs-1" style="edgeStyle=orthogonalEdgeStyle;rounded=0;orthogonalLoop=1;jettySize=auto;html=1;exitX=0.5;exitY=0;exitDx=0;exitDy=0;entryX=0.5;entryY=1;entryDx=0;entryDy=0;dashed=1;" target="iwHfvbtJvJwcCHY99GDs-7">
+           <mxGeometry relative="1" as="geometry" />
+         </mxCell>
+         <mxCell id="iwHfvbtJvJwcCHY99GDs-11" connectable="0" parent="iwHfvbtJvJwcCHY99GDs-10" style="edgeLabel;html=1;align=center;verticalAlign=middle;resizable=0;points=[];" value="&amp;lt;&amp;lt;include&amp;gt;&amp;gt;" vertex="1">
+           <mxGeometry relative="1" x="0.0167" as="geometry">
+             <mxPoint as="offset" />
+           </mxGeometry>
+         </mxCell>
+         <mxCell id="iwHfvbtJvJwcCHY99GDs-1" parent="1pJyx98tqL6vYm6Z6Acw-2" style="ellipse;whiteSpace=wrap;html=1;fontSize=11;" value="&lt;div&gt;Verificar&lt;/div&gt;&lt;div&gt;Benefícios de&lt;/div&gt;&lt;div&gt;Fidelização&lt;/div&gt;" vertex="1">
+           <mxGeometry height="60" width="100" x="270" y="180" as="geometry" />
+         </mxCell>
+         <mxCell id="iwHfvbtJvJwcCHY99GDs-7" parent="1pJyx98tqL6vYm6Z6Acw-2" style="ellipse;whiteSpace=wrap;html=1;fontSize=11;" value="&lt;div&gt;Fornecer&lt;/div&gt;&lt;div&gt;Consentimento&lt;/div&gt;&lt;div&gt;de Dados&lt;/div&gt;" vertex="1">
+           <mxGeometry height="60" width="100" x="270" y="80" as="geometry" />
        </mxCell>
        <mxCell id="1pJyx98tqL6vYm6Z6Acw-64" edge="1" parent="1" source="1pJyx98tqL6vYm6Z6Acw-63" style="rounded=0;orthogonalLoop=1;jettySize=auto;html=1;exitX=1;exitY=0.3333333333333333;exitDx=0;exitDy=0;exitPerimeter=0;entryX=0;entryY=1;entryDx=0;entryDy=0;endArrow=none;endFill=0;" target="1pJyx98tqL6vYm6Z6Acw-48">
          <mxGeometry relative="1" as="geometry">
            <Array as="points">
              <mxPoint x="160" y="401" />
            </Array>
          </mxGeometry>
        </mxCell>
        <mxCell id="1pJyx98tqL6vYm6Z6Acw-67" edge="1" parent="1" source="1pJyx98tqL6vYm6Z6Acw-63" style="rounded=0;orthogonalLoop=1;jettySize=auto;html=1;exitX=1;exitY=0.3333333333333333;exitDx=0;exitDy=0;exitPerimeter=0;entryX=0;entryY=0.5;entryDx=0;entryDy=0;endArrow=none;endFill=0;" target="1pJyx98tqL6vYm6Z6Acw-66">
          <mxGeometry relative="1" as="geometry" />
        </mxCell>
        <mxCell id="1pJyx98tqL6vYm6Z6Acw-68" edge="1" parent="1" source="1pJyx98tqL6vYm6Z6Acw-63" style="rounded=0;orthogonalLoop=1;jettySize=auto;html=1;exitX=1;exitY=0.3333333333333333;exitDx=0;exitDy=0;exitPerimeter=0;entryX=0;entryY=0.5;entryDx=0;entryDy=0;endArrow=none;endFill=0;" target="1pJyx98tqL6vYm6Z6Acw-65">
          <mxGeometry relative="1" as="geometry" />
        </mxCell>
        <mxCell id="1pJyx98tqL6vYm6Z6Acw-63" parent="1" style="shape=umlActor;verticalLabelPosition=bottom;verticalAlign=top;html=1;outlineConnect=0;fontSize=11;" value="Atendente" vertex="1">
          <mxGeometry height="60" width="30" x="40" y="430" as="geometry" />
        </mxCell>
        <mxCell id="1pJyx98tqL6vYm6Z6Acw-89" edge="1" parent="1" source="1pJyx98tqL6vYm6Z6Acw-78" style="rounded=0;orthogonalLoop=1;jettySize=auto;html=1;exitX=1;exitY=0.3333333333333333;exitDx=0;exitDy=0;exitPerimeter=0;entryX=0;entryY=0;entryDx=0;entryDy=0;endArrow=none;endFill=0;" target="1pJyx98tqL6vYm6Z6Acw-85">
          <mxGeometry relative="1" as="geometry" />
        </mxCell>
        <mxCell id="1pJyx98tqL6vYm6Z6Acw-93" edge="1" parent="1" source="1pJyx98tqL6vYm6Z6Acw-78" style="rounded=0;orthogonalLoop=1;jettySize=auto;html=1;exitX=1;exitY=0.3333333333333333;exitDx=0;exitDy=0;exitPerimeter=0;entryX=0;entryY=1;entryDx=0;entryDy=0;endArrow=none;endFill=0;" target="1pJyx98tqL6vYm6Z6Acw-80">
          <mxGeometry relative="1" as="geometry">
            <Array as="points">
              <mxPoint x="160" y="830" />
              <mxPoint x="260" y="830" />
            </Array>
          </mxGeometry>
        </mxCell>
        <mxCell id="1pJyx98tqL6vYm6Z6Acw-94" edge="1" parent="1" source="1pJyx98tqL6vYm6Z6Acw-78" style="rounded=0;orthogonalLoop=1;jettySize=auto;html=1;exitX=1;exitY=0.3333333333333333;exitDx=0;exitDy=0;exitPerimeter=0;entryX=0;entryY=1;entryDx=0;entryDy=0;endArrow=none;endFill=0;" target="1pJyx98tqL6vYm6Z6Acw-82">
          <mxGeometry relative="1" as="geometry">
            <Array as="points">
              <mxPoint x="160" y="840" />
              <mxPoint x="350" y="840" />
            </Array>
          </mxGeometry>
        </mxCell>
        <mxCell id="1pJyx98tqL6vYm6Z6Acw-95" edge="1" parent="1" source="1pJyx98tqL6vYm6Z6Acw-78" style="rounded=0;orthogonalLoop=1;jettySize=auto;html=1;exitX=1;exitY=0.3333333333333333;exitDx=0;exitDy=0;exitPerimeter=0;entryX=0;entryY=0.5;entryDx=0;entryDy=0;endArrow=none;endFill=0;" target="1pJyx98tqL6vYm6Z6Acw-83">
          <mxGeometry relative="1" as="geometry">
            <Array as="points">
              <mxPoint x="160" y="850" />
            </Array>
          </mxGeometry>
        </mxCell>
        <mxCell id="1pJyx98tqL6vYm6Z6Acw-99" edge="1" parent="1" source="1pJyx98tqL6vYm6Z6Acw-78" style="rounded=0;orthogonalLoop=1;jettySize=auto;html=1;exitX=1;exitY=0.3333333333333333;exitDx=0;exitDy=0;exitPerimeter=0;entryX=0;entryY=0;entryDx=0;entryDy=0;endArrow=none;endFill=0;" target="1pJyx98tqL6vYm6Z6Acw-84">
          <mxGeometry relative="1" as="geometry">
            <Array as="points">
              <mxPoint x="160" y="860" />
              <mxPoint x="350" y="860" />
            </Array>
          </mxGeometry>
        </mxCell>
        <mxCell id="1pJyx98tqL6vYm6Z6Acw-100" edge="1" parent="1" source="1pJyx98tqL6vYm6Z6Acw-78" style="rounded=0;orthogonalLoop=1;jettySize=auto;html=1;exitX=1;exitY=0.3333333333333333;exitDx=0;exitDy=0;exitPerimeter=0;entryX=0;entryY=0;entryDx=0;entryDy=0;endArrow=none;endFill=0;" target="1pJyx98tqL6vYm6Z6Acw-86">
          <mxGeometry relative="1" as="geometry">
            <Array as="points">
              <mxPoint x="160" y="870" />
              <mxPoint x="260" y="870" />
            </Array>
          </mxGeometry>
        </mxCell>
        <mxCell id="1pJyx98tqL6vYm6Z6Acw-101" edge="1" parent="1" source="1pJyx98tqL6vYm6Z6Acw-78" style="rounded=0;orthogonalLoop=1;jettySize=auto;html=1;exitX=1;exitY=0.3333333333333333;exitDx=0;exitDy=0;exitPerimeter=0;entryX=0;entryY=1;entryDx=0;entryDy=0;endArrow=none;endFill=0;" target="1pJyx98tqL6vYm6Z6Acw-79">
          <mxGeometry relative="1" as="geometry" />
        </mxCell>
        <mxCell id="1pJyx98tqL6vYm6Z6Acw-78" parent="1" style="shape=umlActor;verticalLabelPosition=bottom;verticalAlign=top;html=1;outlineConnect=0;fontSize=11;" value="&lt;div&gt;Gerente/&lt;/div&gt;&lt;div&gt;Administrador&lt;/div&gt;" vertex="1">
          <mxGeometry height="60" width="30" x="40" y="830" as="geometry" />
        </mxCell>
      </root>
    </mxGraphModel>
  </diagram>
</mxfile>
